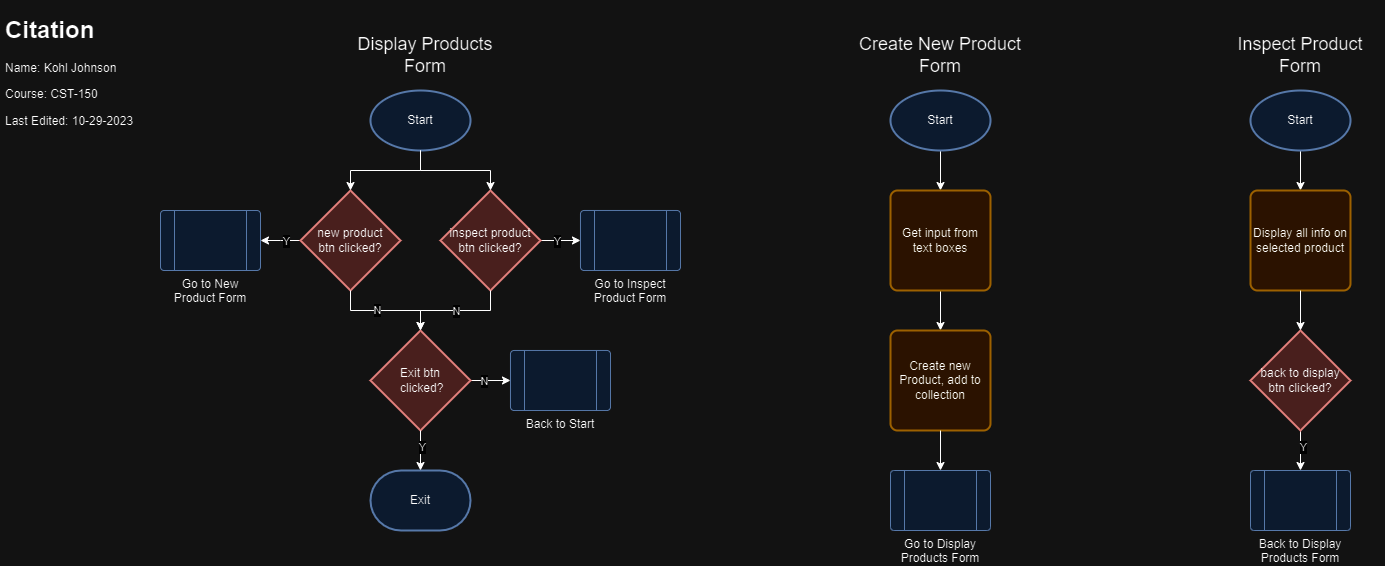
Before: CST-150 (C#)/Designs/Flowchart.drawio.png, a diagram exported from draw.io (Kohl2233/KohlGCU). Source tidied: cells renumbered, new cells last; positions are measured from the earlier drawing's top-left corner, leaving out a move shared by most shapes.
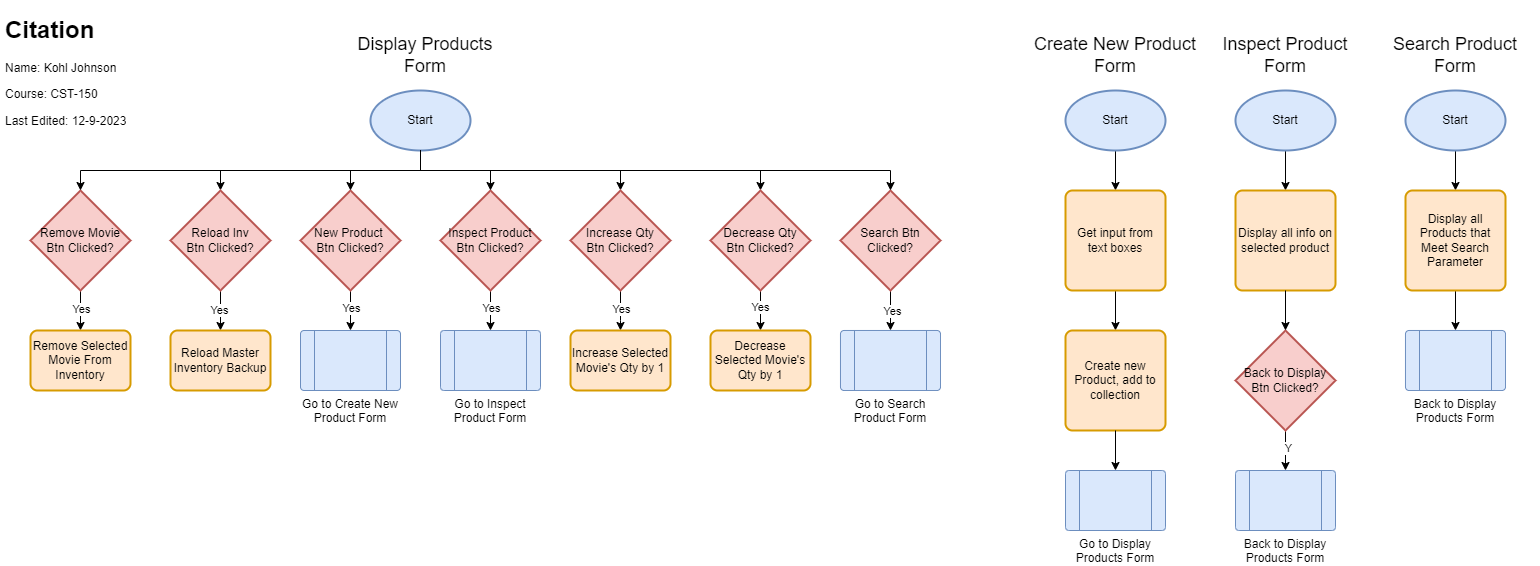
Above is the later version.

The edit, as a diff of the source:
```diff
@@ -4,2 +4,26 @@
     <mxCell id="1" parent="0" />
+    <mxCell id="43" style="edgeStyle=orthogonalEdgeStyle;rounded=0;jettySize=auto;html=1;" parent="1" edge="1" source="2" target="55">
+      <mxGeometry relative="1" as="geometry">
+        <Array as="points">
+          <mxPoint x="420" y="160" />
+          <mxPoint x="760" y="160" />
+        </Array>
+      </mxGeometry>
+    </mxCell>
+    <mxCell id="44" style="edgeStyle=orthogonalEdgeStyle;rounded=0;jettySize=auto;html=1;" parent="1" edge="1" source="2" target="52">
+      <mxGeometry relative="1" as="geometry">
+        <Array as="points">
+          <mxPoint x="420" y="160" />
+          <mxPoint x="620" y="160" />
+        </Array>
+      </mxGeometry>
+    </mxCell>
+    <mxCell id="45" style="edgeStyle=orthogonalEdgeStyle;rounded=0;jettySize=auto;html=1;" parent="1" edge="1" source="2" target="64">
+      <mxGeometry relative="1" as="geometry">
+        <Array as="points">
+          <mxPoint x="420" y="160" />
+          <mxPoint x="220" y="160" />
+        </Array>
+      </mxGeometry>
+    </mxCell>
     <mxCell id="2" value="Start" style="strokeWidth=2;html=1;shape=mxgraph.flowchart.start_1;whiteSpace=wrap;fillColor=#dae8fc;strokeColor=#6c8ebf;" parent="1" vertex="1">
@@ -7,30 +31,20 @@
     </mxCell>
-    <mxCell id="3" style="edgeStyle=orthogonalEdgeStyle;rounded=0;jettySize=auto;html=1;entryX=1;entryY=0.5;entryDx=0;entryDy=0;" parent="1" edge="1" source="5">
-      <mxGeometry relative="1" as="geometry">
-        <mxPoint x="260" y="230" as="targetPoint" />
-      </mxGeometry>
-    </mxCell>
-    <mxCell id="4" value="Y" style="edgeLabel;html=1;align=center;verticalAlign=middle;" parent="3" vertex="1">
-      <mxGeometry x="-0.23" relative="1" as="geometry" />
-    </mxCell>
+    <mxCell id="46" style="edgeStyle=orthogonalEdgeStyle;rounded=0;jettySize=auto;html=1;entryX=0.5;entryY=0;entryDx=0;entryDy=0;" parent="1" edge="1" source="5" target="56">
+      <mxGeometry relative="1" as="geometry" />
+    </mxCell>
+    <mxCell id="47" value="Yes" style="edgeLabel;html=1;align=center;verticalAlign=middle;" parent="46" vertex="1">
+      <mxGeometry x="-0.14" relative="1" as="geometry" />
+    </mxCell>
-    <mxCell id="5" value="new product &lt;br&gt;btn clicked?" style="strokeWidth=2;html=1;shape=mxgraph.flowchart.decision;whiteSpace=wrap;fillColor=#f8cecc;strokeColor=#b85450;" parent="1" vertex="1">
+    <mxCell id="5" value="New Product&amp;nbsp;&lt;br&gt;Btn Clicked?" style="strokeWidth=2;html=1;shape=mxgraph.flowchart.decision;whiteSpace=wrap;fillColor=#f8cecc;strokeColor=#b85450;" parent="1" vertex="1">
       <mxGeometry x="300" y="180" width="100" height="100" as="geometry" />
     </mxCell>
-    <mxCell id="6" style="edgeStyle=orthogonalEdgeStyle;rounded=0;jettySize=auto;html=1;entryX=0;entryY=0.5;entryDx=0;entryDy=0;" parent="1" edge="1" source="8">
-      <mxGeometry relative="1" as="geometry">
-        <mxPoint x="580" y="230" as="targetPoint" />
-      </mxGeometry>
-    </mxCell>
-    <mxCell id="7" value="Y" style="edgeLabel;html=1;align=center;verticalAlign=middle;" parent="6" vertex="1">
-      <mxGeometry x="-0.18" relative="1" as="geometry" />
-    </mxCell>
+    <mxCell id="48" style="edgeStyle=orthogonalEdgeStyle;rounded=0;jettySize=auto;html=1;entryX=0.5;entryY=0;entryDx=0;entryDy=0;" parent="1" edge="1" source="8" target="10">
+      <mxGeometry relative="1" as="geometry" />
+    </mxCell>
+    <mxCell id="49" value="Yes" style="edgeLabel;html=1;align=center;verticalAlign=middle;" parent="48" vertex="1">
+      <mxGeometry x="-0.14" relative="1" as="geometry" />
+    </mxCell>
-    <mxCell id="8" value="inspect product&lt;br&gt;btn clicked?" style="strokeWidth=2;html=1;shape=mxgraph.flowchart.decision;whiteSpace=wrap;fillColor=#f8cecc;strokeColor=#b85450;" parent="1" vertex="1">
+    <mxCell id="8" value="Inspect Product&lt;br&gt;Btn Clicked?" style="strokeWidth=2;html=1;shape=mxgraph.flowchart.decision;whiteSpace=wrap;fillColor=#f8cecc;strokeColor=#b85450;" parent="1" vertex="1">
       <mxGeometry x="440" y="180" width="100" height="100" as="geometry" />
     </mxCell>
-    <mxCell id="9" value="Go to New Product Form" style="verticalLabelPosition=bottom;verticalAlign=top;html=1;shape=process;whiteSpace=wrap;rounded=1;size=0.14;arcSize=6;fillColor=#dae8fc;strokeColor=#6c8ebf;" parent="1" vertex="1">
-      <mxGeometry x="160" y="200" width="100" height="60" as="geometry" />
-    </mxCell>
-    <mxCell id="10" value="Go to Inspect Product Form" style="verticalLabelPosition=bottom;verticalAlign=top;html=1;shape=process;whiteSpace=wrap;rounded=1;size=0.14;arcSize=6;fillColor=#dae8fc;strokeColor=#6c8ebf;" parent="1" vertex="1">
-      <mxGeometry x="580" y="200" width="100" height="60" as="geometry" />
-    </mxCell>
     <mxCell id="11" style="edgeStyle=orthogonalEdgeStyle;rounded=0;jettySize=auto;html=1;entryX=0.5;entryY=0;entryDx=0;entryDy=0;entryPerimeter=0;" parent="1" edge="1" source="2" target="8">
@@ -41,35 +55,2 @@
     </mxCell>
-    <mxCell id="13" style="edgeStyle=orthogonalEdgeStyle;rounded=0;jettySize=auto;html=1;entryX=0;entryY=0.5;entryDx=0;entryDy=0;" parent="1" edge="1" source="15" target="23">
-      <mxGeometry relative="1" as="geometry" />
-    </mxCell>
-    <mxCell id="14" value="N" style="edgeLabel;html=1;align=center;verticalAlign=middle;" parent="13" vertex="1">
-      <mxGeometry x="-0.3" relative="1" as="geometry" />
-    </mxCell>
-    <mxCell id="15" value="Exit btn&lt;br&gt;&amp;nbsp;clicked?" style="strokeWidth=2;html=1;shape=mxgraph.flowchart.decision;whiteSpace=wrap;fillColor=#f8cecc;strokeColor=#b85450;" parent="1" vertex="1">
-      <mxGeometry x="370" y="320" width="100" height="100" as="geometry" />
-    </mxCell>
-    <mxCell id="16" style="edgeStyle=orthogonalEdgeStyle;rounded=0;jettySize=auto;html=1;entryX=0.5;entryY=0;entryDx=0;entryDy=0;entryPerimeter=0;" parent="1" edge="1" source="8" target="15">
-      <mxGeometry relative="1" as="geometry" />
-    </mxCell>
-    <mxCell id="17" value="N" style="edgeLabel;html=1;align=center;verticalAlign=middle;" parent="16" vertex="1">
-      <mxGeometry relative="1" as="geometry" />
-    </mxCell>
-    <mxCell id="18" style="edgeStyle=orthogonalEdgeStyle;rounded=0;jettySize=auto;html=1;entryX=0.5;entryY=0;entryDx=0;entryDy=0;entryPerimeter=0;" parent="1" edge="1" source="5" target="15">
-      <mxGeometry relative="1" as="geometry" />
-    </mxCell>
-    <mxCell id="19" value="N" style="edgeLabel;html=1;align=center;verticalAlign=middle;" parent="18" vertex="1">
-      <mxGeometry x="-0.16" y="1" relative="1" as="geometry" />
-    </mxCell>
-    <mxCell id="20" value="Exit" style="strokeWidth=2;html=1;shape=mxgraph.flowchart.terminator;whiteSpace=wrap;fillColor=#dae8fc;strokeColor=#6c8ebf;" parent="1" vertex="1">
-      <mxGeometry x="370" y="460" width="100" height="60" as="geometry" />
-    </mxCell>
-    <mxCell id="21" style="edgeStyle=orthogonalEdgeStyle;rounded=0;jettySize=auto;html=1;entryX=0.5;entryY=0;entryDx=0;entryDy=0;entryPerimeter=0;" parent="1" edge="1" source="15" target="20">
-      <mxGeometry relative="1" as="geometry" />
-    </mxCell>
-    <mxCell id="22" value="Y" style="edgeLabel;html=1;align=center;verticalAlign=middle;" parent="21" vertex="1">
-      <mxGeometry x="-0.19" y="1" relative="1" as="geometry" />
-    </mxCell>
-    <mxCell id="23" value="Back to Start" style="verticalLabelPosition=bottom;verticalAlign=top;html=1;shape=process;whiteSpace=wrap;rounded=1;size=0.14;arcSize=6;fillColor=#dae8fc;strokeColor=#6c8ebf;" parent="1" vertex="1">
-      <mxGeometry x="510" y="340" width="100" height="60" as="geometry" />
-    </mxCell>
     <mxCell id="24" value="Display Products Form" style="text;html=1;strokeColor=none;fillColor=none;align=center;verticalAlign=middle;whiteSpace=wrap;rounded=0;fontSize=18;" parent="1" vertex="1">
@@ -81,3 +62,3 @@
     <mxCell id="26" value="Start" style="strokeWidth=2;html=1;shape=mxgraph.flowchart.start_1;whiteSpace=wrap;fillColor=#dae8fc;strokeColor=#6c8ebf;" parent="1" vertex="1">
-      <mxGeometry x="890" y="80" width="100" height="60" as="geometry" />
+      <mxGeometry x="1065" y="80" width="100" height="60" as="geometry" />
     </mxCell>
@@ -87,6 +68,6 @@
     <mxCell id="28" value="Get input from text boxes" style="rounded=1;whiteSpace=wrap;html=1;absoluteArcSize=1;arcSize=14;strokeWidth=2;fillColor=#ffe6cc;strokeColor=#d79b00;" parent="1" vertex="1">
-      <mxGeometry x="890" y="180" width="100" height="100" as="geometry" />
+      <mxGeometry x="1065" y="180" width="100" height="100" as="geometry" />
     </mxCell>
     <mxCell id="29" value="Create new Product, add to collection" style="rounded=1;whiteSpace=wrap;html=1;absoluteArcSize=1;arcSize=14;strokeWidth=2;fillColor=#ffe6cc;strokeColor=#d79b00;" parent="1" vertex="1">
-      <mxGeometry x="890" y="320" width="100" height="100" as="geometry" />
+      <mxGeometry x="1065" y="320" width="100" height="100" as="geometry" />
     </mxCell>
@@ -96,6 +77,6 @@
     <mxCell id="31" value="Go to Display Products Form" style="verticalLabelPosition=bottom;verticalAlign=top;html=1;shape=process;whiteSpace=wrap;rounded=1;size=0.14;arcSize=6;fillColor=#dae8fc;strokeColor=#6c8ebf;" parent="1" vertex="1">
-      <mxGeometry x="890" y="460" width="100" height="60" as="geometry" />
+      <mxGeometry x="1065" y="460" width="100" height="60" as="geometry" />
     </mxCell>
     <mxCell id="32" value="Create New Product Form" style="text;html=1;strokeColor=none;fillColor=none;align=center;verticalAlign=middle;whiteSpace=wrap;rounded=0;fontSize=18;" parent="1" vertex="1">
-      <mxGeometry x="855" y="30" width="170" height="30" as="geometry" />
+      <mxGeometry x="1030" y="30" width="170" height="30" as="geometry" />
     </mxCell>
@@ -105,9 +86,9 @@
     <mxCell id="34" value="Start" style="strokeWidth=2;html=1;shape=mxgraph.flowchart.start_1;whiteSpace=wrap;fillColor=#dae8fc;strokeColor=#6c8ebf;" parent="1" vertex="1">
-      <mxGeometry x="1250" y="80" width="100" height="60" as="geometry" />
+      <mxGeometry x="1235" y="80" width="100" height="60" as="geometry" />
     </mxCell>
     <mxCell id="35" value="Inspect Product Form" style="text;html=1;strokeColor=none;fillColor=none;align=center;verticalAlign=middle;whiteSpace=wrap;rounded=0;fontSize=18;" parent="1" vertex="1">
-      <mxGeometry x="1215" y="30" width="170" height="30" as="geometry" />
+      <mxGeometry x="1200" y="30" width="170" height="30" as="geometry" />
     </mxCell>
     <mxCell id="36" value="Display all info on selected product" style="rounded=1;whiteSpace=wrap;html=1;absoluteArcSize=1;arcSize=14;strokeWidth=2;fillColor=#ffe6cc;strokeColor=#d79b00;" parent="1" vertex="1">
-      <mxGeometry x="1250" y="180" width="100" height="100" as="geometry" />
+      <mxGeometry x="1235" y="180" width="100" height="100" as="geometry" />
     </mxCell>
@@ -116,4 +97,4 @@
         <Array as="points">
-          <mxPoint x="1300" y="440" />
-          <mxPoint x="1300" y="440" />
+          <mxPoint x="1285" y="440" />
+          <mxPoint x="1285" y="440" />
         </Array>
@@ -124,4 +105,4 @@
     </mxCell>
-    <mxCell id="39" value="back to display btn clicked?" style="strokeWidth=2;html=1;shape=mxgraph.flowchart.decision;whiteSpace=wrap;fillColor=#f8cecc;strokeColor=#b85450;" parent="1" vertex="1">
-      <mxGeometry x="1250" y="320" width="100" height="100" as="geometry" />
+    <mxCell id="39" value="Back to Display&lt;br&gt;Btn Clicked?" style="strokeWidth=2;html=1;shape=mxgraph.flowchart.decision;whiteSpace=wrap;fillColor=#f8cecc;strokeColor=#b85450;" parent="1" vertex="1">
+      <mxGeometry x="1235" y="320" width="100" height="100" as="geometry" />
     </mxCell>
@@ -131,7 +112,112 @@
     <mxCell id="41" value="Back to Display Products Form" style="verticalLabelPosition=bottom;verticalAlign=top;html=1;shape=process;whiteSpace=wrap;rounded=1;size=0.14;arcSize=6;fillColor=#dae8fc;strokeColor=#6c8ebf;" parent="1" vertex="1">
-      <mxGeometry x="1250" y="460" width="100" height="60" as="geometry" />
+      <mxGeometry x="1235" y="460" width="100" height="60" as="geometry" />
     </mxCell>
-    <mxCell id="42" value="&lt;h1 style=&quot;border-color: var(--border-color);&quot;&gt;Citation&lt;/h1&gt;&lt;h1&gt;&lt;p style=&quot;border-color: var(--border-color); font-size: 12px; font-weight: 400;&quot;&gt;Name: Kohl Johnson&lt;/p&gt;&lt;p style=&quot;border-color: var(--border-color); font-size: 12px; font-weight: 400;&quot;&gt;Course: CST-150&lt;/p&gt;&lt;p style=&quot;border-color: var(--border-color); font-size: 12px; font-weight: 400;&quot;&gt;Last Edited: 10-29-2023&lt;/p&gt;&lt;/h1&gt;" style="text;html=1;strokeColor=none;fillColor=none;spacing=5;spacingTop=-20;whiteSpace=wrap;overflow=hidden;rounded=0;" parent="1" vertex="1">
+    <mxCell id="42" value="&lt;h1 style=&quot;border-color: var(--border-color);&quot;&gt;Citation&lt;/h1&gt;&lt;h1&gt;&lt;p style=&quot;border-color: var(--border-color); font-size: 12px; font-weight: 400;&quot;&gt;Name: Kohl Johnson&lt;/p&gt;&lt;p style=&quot;border-color: var(--border-color); font-size: 12px; font-weight: 400;&quot;&gt;Course: CST-150&lt;/p&gt;&lt;p style=&quot;border-color: var(--border-color); font-size: 12px; font-weight: 400;&quot;&gt;Last Edited: 12-9-2023&lt;/p&gt;&lt;/h1&gt;" style="text;html=1;strokeColor=none;fillColor=none;spacing=5;spacingTop=-20;whiteSpace=wrap;overflow=hidden;rounded=0;" parent="1" vertex="1">
       <mxGeometry width="190" height="120" as="geometry" />
     </mxCell>
+    <mxCell id="50" style="edgeStyle=orthogonalEdgeStyle;rounded=0;jettySize=auto;html=1;" parent="1" edge="1" source="52" target="57">
+      <mxGeometry relative="1" as="geometry">
+        <Array as="points">
+          <mxPoint x="620" y="310" />
+          <mxPoint x="620" y="310" />
+        </Array>
+      </mxGeometry>
+    </mxCell>
+    <mxCell id="51" value="Yes" style="edgeLabel;html=1;align=center;verticalAlign=middle;" parent="50" vertex="1">
+      <mxGeometry x="-0.11" relative="1" as="geometry" />
+    </mxCell>
+    <mxCell id="52" value="Increase Qty&lt;br&gt;Btn Clicked?" style="strokeWidth=2;html=1;shape=mxgraph.flowchart.decision;whiteSpace=wrap;fillColor=#f8cecc;strokeColor=#b85450;" parent="1" vertex="1">
+      <mxGeometry x="570" y="180" width="100" height="100" as="geometry" />
+    </mxCell>
+    <mxCell id="53" style="edgeStyle=orthogonalEdgeStyle;rounded=0;jettySize=auto;html=1;entryX=0.5;entryY=0;entryDx=0;entryDy=0;" parent="1" edge="1" source="55" target="58">
+      <mxGeometry relative="1" as="geometry" />
+    </mxCell>
+    <mxCell id="54" value="Yes" style="edgeLabel;html=1;align=center;verticalAlign=middle;" parent="53" vertex="1">
+      <mxGeometry x="-0.21" y="-1" relative="1" as="geometry" />
+    </mxCell>
+    <mxCell id="55" value="Decrease Qty&lt;br&gt;Btn Clicked?" style="strokeWidth=2;html=1;shape=mxgraph.flowchart.decision;whiteSpace=wrap;fillColor=#f8cecc;strokeColor=#b85450;" parent="1" vertex="1">
+      <mxGeometry x="710" y="180" width="100" height="100" as="geometry" />
+    </mxCell>
+    <mxCell id="10" value="Go to Inspect Product Form" style="verticalLabelPosition=bottom;verticalAlign=top;html=1;shape=process;whiteSpace=wrap;rounded=1;size=0.14;arcSize=6;fillColor=#dae8fc;strokeColor=#6c8ebf;" parent="1" vertex="1">
+      <mxGeometry x="440" y="320" width="100" height="60" as="geometry" />
+    </mxCell>
+    <mxCell id="56" value="Go to Create New Product Form" style="verticalLabelPosition=bottom;verticalAlign=top;html=1;shape=process;whiteSpace=wrap;rounded=1;size=0.14;arcSize=6;fillColor=#dae8fc;strokeColor=#6c8ebf;" parent="1" vertex="1">
+      <mxGeometry x="300" y="320" width="100" height="60" as="geometry" />
+    </mxCell>
+    <mxCell id="57" value="Increase Selected Movie's Qty by 1" style="rounded=1;whiteSpace=wrap;html=1;absoluteArcSize=1;arcSize=14;strokeWidth=2;fillColor=#ffe6cc;strokeColor=#d79b00;" parent="1" vertex="1">
+      <mxGeometry x="570" y="320" width="100" height="60" as="geometry" />
+    </mxCell>
+    <mxCell id="58" value="Decrease Selected Movie's Qty by 1" style="rounded=1;whiteSpace=wrap;html=1;absoluteArcSize=1;arcSize=14;strokeWidth=2;fillColor=#ffe6cc;strokeColor=#d79b00;" parent="1" vertex="1">
+      <mxGeometry x="710" y="320" width="100" height="60" as="geometry" />
+    </mxCell>
+    <mxCell id="59" style="edgeStyle=orthogonalEdgeStyle;rounded=0;jettySize=auto;html=1;entryX=0.5;entryY=0;entryDx=0;entryDy=0;" parent="1" edge="1" source="61" target="67">
+      <mxGeometry relative="1" as="geometry" />
+    </mxCell>
+    <mxCell id="60" value="Yes" style="edgeLabel;html=1;align=center;verticalAlign=middle;" parent="59" vertex="1">
+      <mxGeometry x="-0.11" relative="1" as="geometry" />
+    </mxCell>
+    <mxCell id="61" value="Remove Movie&lt;br&gt;Btn Clicked?" style="strokeWidth=2;html=1;shape=mxgraph.flowchart.decision;whiteSpace=wrap;fillColor=#f8cecc;strokeColor=#b85450;" parent="1" vertex="1">
+      <mxGeometry x="30" y="180" width="100" height="100" as="geometry" />
+    </mxCell>
+    <mxCell id="62" style="edgeStyle=orthogonalEdgeStyle;rounded=0;jettySize=auto;html=1;entryX=0.5;entryY=0;entryDx=0;entryDy=0;" parent="1" edge="1" source="64" target="66">
+      <mxGeometry relative="1" as="geometry" />
+    </mxCell>
+    <mxCell id="63" value="Yes" style="edgeLabel;html=1;align=center;verticalAlign=middle;" parent="62" vertex="1">
+      <mxGeometry x="-0.07" y="-2" relative="1" as="geometry" />
+    </mxCell>
+    <mxCell id="64" value="Reload Inv&lt;br&gt;Btn Clicked?" style="strokeWidth=2;html=1;shape=mxgraph.flowchart.decision;whiteSpace=wrap;fillColor=#f8cecc;strokeColor=#b85450;" parent="1" vertex="1">
+      <mxGeometry x="170" y="180" width="100" height="100" as="geometry" />
+    </mxCell>
+    <mxCell id="65" style="edgeStyle=orthogonalEdgeStyle;rounded=0;jettySize=auto;html=1;entryX=0.5;entryY=0;entryDx=0;entryDy=0;entryPerimeter=0;" parent="1" edge="1" source="2" target="61">
+      <mxGeometry relative="1" as="geometry">
+        <Array as="points">
+          <mxPoint x="420" y="160" />
+          <mxPoint x="80" y="160" />
+        </Array>
+      </mxGeometry>
+    </mxCell>
+    <mxCell id="66" value="Reload Master Inventory Backup" style="rounded=1;whiteSpace=wrap;html=1;absoluteArcSize=1;arcSize=14;strokeWidth=2;fillColor=#ffe6cc;strokeColor=#d79b00;" parent="1" vertex="1">
+      <mxGeometry x="170" y="320" width="100" height="60" as="geometry" />
+    </mxCell>
+    <mxCell id="67" value="Remove Selected Movie From Inventory" style="rounded=1;whiteSpace=wrap;html=1;absoluteArcSize=1;arcSize=14;strokeWidth=2;fillColor=#ffe6cc;strokeColor=#d79b00;" parent="1" vertex="1">
+      <mxGeometry x="30" y="320" width="100" height="60" as="geometry" />
+    </mxCell>
+    <mxCell id="68" style="edgeStyle=orthogonalEdgeStyle;rounded=0;jettySize=auto;html=1;entryX=0.5;entryY=0;entryDx=0;entryDy=0;" parent="1" edge="1" source="70" target="72">
+      <mxGeometry relative="1" as="geometry" />
+    </mxCell>
+    <mxCell id="69" value="Yes" style="edgeLabel;html=1;align=center;verticalAlign=middle;" parent="68" vertex="1">
+      <mxGeometry x="-0.01" y="1" relative="1" as="geometry" />
+    </mxCell>
+    <mxCell id="70" value="Search Btn&lt;br&gt;Clicked?" style="strokeWidth=2;html=1;shape=mxgraph.flowchart.decision;whiteSpace=wrap;fillColor=#f8cecc;strokeColor=#b85450;" parent="1" vertex="1">
+      <mxGeometry x="840" y="180" width="100" height="100" as="geometry" />
+    </mxCell>
+    <mxCell id="71" style="edgeStyle=orthogonalEdgeStyle;rounded=0;jettySize=auto;html=1;entryX=0.5;entryY=0;entryDx=0;entryDy=0;entryPerimeter=0;" parent="1" edge="1" source="2" target="70">
+      <mxGeometry relative="1" as="geometry">
+        <Array as="points">
+          <mxPoint x="420" y="160" />
+          <mxPoint x="890" y="160" />
+        </Array>
+      </mxGeometry>
+    </mxCell>
+    <mxCell id="72" value="Go to Search Product Form" style="verticalLabelPosition=bottom;verticalAlign=top;html=1;shape=process;whiteSpace=wrap;rounded=1;size=0.14;arcSize=6;fillColor=#dae8fc;strokeColor=#6c8ebf;" parent="1" vertex="1">
+      <mxGeometry x="840" y="320" width="100" height="60" as="geometry" />
+    </mxCell>
+    <mxCell id="73" style="edgeStyle=orthogonalEdgeStyle;rounded=0;jettySize=auto;html=1;entryX=0.5;entryY=0;entryDx=0;entryDy=0;" parent="1" edge="1" source="74" target="77">
+      <mxGeometry relative="1" as="geometry" />
+    </mxCell>
+    <mxCell id="74" value="Start" style="strokeWidth=2;html=1;shape=mxgraph.flowchart.start_1;whiteSpace=wrap;fillColor=#dae8fc;strokeColor=#6c8ebf;" parent="1" vertex="1">
+      <mxGeometry x="1405" y="80" width="100" height="60" as="geometry" />
+    </mxCell>
+    <mxCell id="75" value="Search Product Form" style="text;html=1;strokeColor=none;fillColor=none;align=center;verticalAlign=middle;whiteSpace=wrap;rounded=0;fontSize=18;" parent="1" vertex="1">
+      <mxGeometry x="1370" y="30" width="170" height="30" as="geometry" />
+    </mxCell>
+    <mxCell id="76" style="edgeStyle=orthogonalEdgeStyle;rounded=0;jettySize=auto;html=1;entryX=0.5;entryY=0;entryDx=0;entryDy=0;" parent="1" edge="1" source="77" target="78">
+      <mxGeometry relative="1" as="geometry" />
+    </mxCell>
+    <mxCell id="77" value="Display all Products that Meet Search Parameter" style="rounded=1;whiteSpace=wrap;html=1;absoluteArcSize=1;arcSize=14;strokeWidth=2;fillColor=#ffe6cc;strokeColor=#d79b00;" parent="1" vertex="1">
+      <mxGeometry x="1405" y="180" width="100" height="100" as="geometry" />
+    </mxCell>
+    <mxCell id="78" value="Back to Display Products Form" style="verticalLabelPosition=bottom;verticalAlign=top;html=1;shape=process;whiteSpace=wrap;rounded=1;size=0.14;arcSize=6;fillColor=#dae8fc;strokeColor=#6c8ebf;" parent="1" vertex="1">
+      <mxGeometry x="1405" y="320" width="100" height="60" as="geometry" />
+    </mxCell>
   </root>
```
